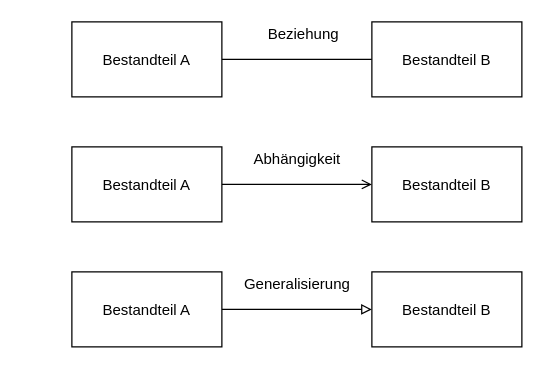
Before: page "Beziehungen" (2 of 5) of images/rawimages/general-elements.drawio in HerrLoesch/UMLite, a draw.io diagram. Source tidied: cells renumbered, new cells numbered last; positions are measured from the earlier drawing's top-left corner, leaving out a move shared by most shapes. Both pictures are drawn from the tidied source at 125%, with x=0, y=0 at pixel (71, 21).
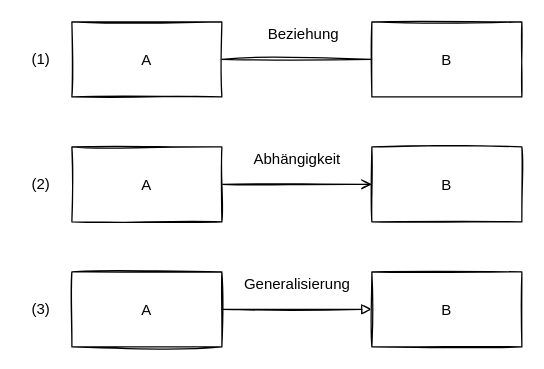
The same diagram, later.

The edit, as a diff of the source:
```diff
@@
 <mxGraphModel>
   <root>
     <mxCell id="0" />
     <mxCell id="1" parent="0" />
-    <mxCell id="2" style="edgeStyle=orthogonalEdgeStyle;rounded=0;jettySize=auto;html=1;endArrow=none;endFill=0;" parent="1" edge="1" source="3" target="4">
+    <mxCell id="2" style="edgeStyle=orthogonalEdgeStyle;rounded=0;jettySize=auto;html=1;endArrow=none;endFill=0;sketch=1;" parent="1" edge="1" source="3" target="4">
       <mxGeometry relative="1" as="geometry" />
     </mxCell>
-    <mxCell id="3" value="Bestandteil A" style="fontStyle=0;" parent="1" vertex="1">
+    <mxCell id="3" value="A" style="fontStyle=0;sketch=1;" parent="1" vertex="1">
       <mxGeometry width="120" height="60" as="geometry" />
     </mxCell>
-    <mxCell id="4" value="Bestandteil B" style="fontStyle=0;" parent="1" vertex="1">
+    <mxCell id="4" value="B" style="fontStyle=0;sketch=1;" parent="1" vertex="1">
       <mxGeometry x="240" width="120" height="60" as="geometry" />
     </mxCell>
-    <mxCell id="5" style="edgeStyle=orthogonalEdgeStyle;rounded=0;jettySize=auto;html=1;endArrow=open;endFill=0;" parent="1" edge="1" source="6" target="7">
+    <mxCell id="5" style="edgeStyle=orthogonalEdgeStyle;rounded=0;jettySize=auto;html=1;endArrow=open;endFill=0;sketch=1;" parent="1" edge="1" source="6" target="7">
       <mxGeometry relative="1" as="geometry" />
     </mxCell>
-    <mxCell id="6" value="Bestandteil A" style="fontStyle=0;" parent="1" vertex="1">
+    <mxCell id="6" value="A" style="fontStyle=0;sketch=1;" parent="1" vertex="1">
       <mxGeometry y="100" width="120" height="60" as="geometry" />
     </mxCell>
-    <mxCell id="7" value="Bestandteil B" style="fontStyle=0;" parent="1" vertex="1">
+    <mxCell id="7" value="B" style="fontStyle=0;sketch=1;" parent="1" vertex="1">
       <mxGeometry x="240" y="100" width="120" height="60" as="geometry" />
     </mxCell>
-    <mxCell id="8" style="edgeStyle=orthogonalEdgeStyle;rounded=0;jettySize=auto;html=1;endArrow=block;endFill=0;" parent="1" edge="1" source="9" target="10">
+    <mxCell id="8" style="edgeStyle=orthogonalEdgeStyle;rounded=0;jettySize=auto;html=1;endArrow=block;endFill=0;sketch=1;" parent="1" edge="1" source="9" target="10">
       <mxGeometry relative="1" as="geometry" />
     </mxCell>
-    <mxCell id="9" value="Bestandteil A" style="fontStyle=0;" parent="1" vertex="1">
+    <mxCell id="9" value="A" style="fontStyle=0;sketch=1;" parent="1" vertex="1">
       <mxGeometry y="200" width="120" height="60" as="geometry" />
     </mxCell>
-    <mxCell id="10" value="Bestandteil B" style="fontStyle=0;" parent="1" vertex="1">
+    <mxCell id="10" value="B" style="fontStyle=0;sketch=1;" parent="1" vertex="1">
       <mxGeometry x="240" y="200" width="120" height="60" as="geometry" />
     </mxCell>
-    <mxCell id="11" value="Beziehung" style="text;html=1;align=center;verticalAlign=middle;strokeColor=none;fillColor=none;" parent="1" vertex="1">
+    <mxCell id="11" value="Beziehung" style="text;html=1;align=center;verticalAlign=middle;strokeColor=none;fillColor=none;sketch=1;" parent="1" vertex="1">
       <mxGeometry x="150" width="70" height="20" as="geometry" />
     </mxCell>
-    <mxCell id="12" value="Abhängigkeit" style="text;html=1;align=center;verticalAlign=middle;strokeColor=none;fillColor=none;" parent="1" vertex="1">
+    <mxCell id="12" value="Abhängigkeit" style="text;html=1;align=center;verticalAlign=middle;strokeColor=none;fillColor=none;sketch=1;" parent="1" vertex="1">
       <mxGeometry x="140" y="100" width="80" height="20" as="geometry" />
     </mxCell>
-    <mxCell id="13" value="Generalisierung" style="text;html=1;align=center;verticalAlign=middle;strokeColor=none;fillColor=none;" parent="1" vertex="1">
+    <mxCell id="13" value="Generalisierung" style="text;html=1;align=center;verticalAlign=middle;strokeColor=none;fillColor=none;sketch=1;" parent="1" vertex="1">
       <mxGeometry x="130" y="200" width="100" height="20" as="geometry" />
     </mxCell>
+    <mxCell id="14" value="(1)" style="text;html=1;align=center;verticalAlign=middle;strokeColor=none;fillColor=none;" parent="1" vertex="1">
+      <mxGeometry x="-40" y="20" width="30" height="20" as="geometry" />
+    </mxCell>
+    <mxCell id="15" value="(2)" style="text;html=1;align=center;verticalAlign=middle;strokeColor=none;fillColor=none;" parent="1" vertex="1">
+      <mxGeometry x="-40" y="120" width="30" height="20" as="geometry" />
+    </mxCell>
+    <mxCell id="16" value="(3)" style="text;html=1;align=center;verticalAlign=middle;strokeColor=none;fillColor=none;" parent="1" vertex="1">
+      <mxGeometry x="-40" y="220" width="30" height="20" as="geometry" />
+    </mxCell>
   </root>
 </mxGraphModel>
```
